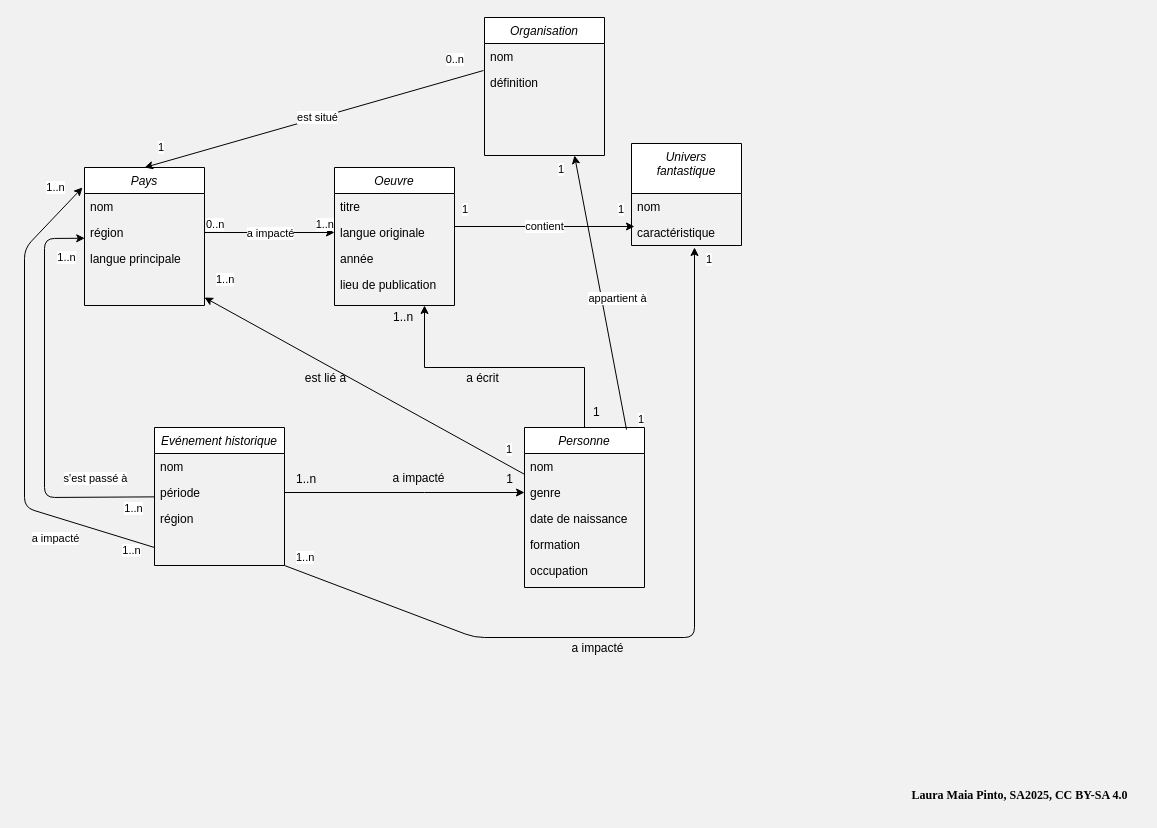
lauramaiapinto/ecrivains_fantastiques keeps this draw.io diagram as MCD_to_database_example.drawio. Above is the earlier version. Source tidied: cells renumbered, new cells numbered last; positions are measured from the earlier drawing's top-left corner, leaving out a move shared by most shapes. Both pictures are drawn from the tidied source at 100%, with x=0, y=0 at pixel (24, 17).
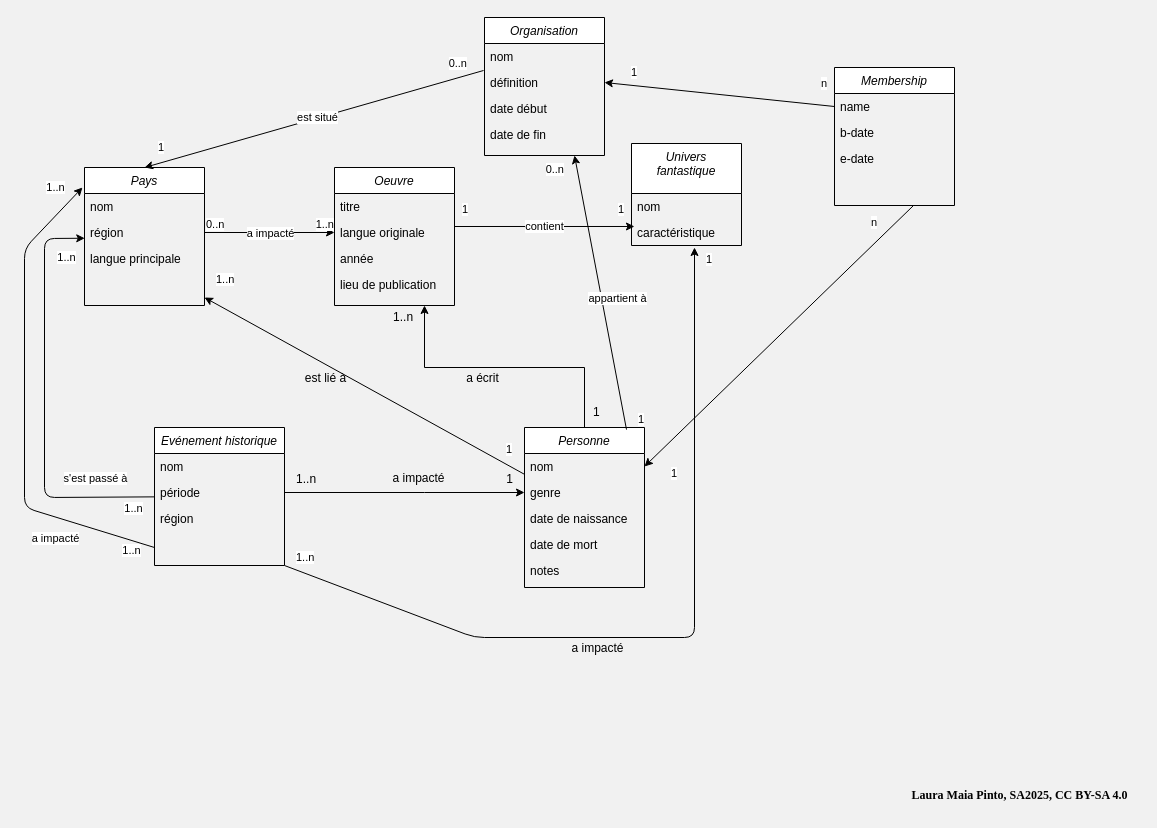
The same diagram, later.

The change refers to these unchanged cells:
```xml
<mxCell id="7" value="Personne" style="swimlane;fontStyle=2;align=center;verticalAlign=top;horizontal=1;startSize=26;rounded=0;shadow=0;strokeWidth=1;" parent="1" vertex="1">
  <mxGeometry x="500" y="410" width="120" height="160" as="geometry" />
</mxCell>
<mxCell id="8" value="nom" style="text;align=left;verticalAlign=top;spacingLeft=4;spacingRight=4;overflow=hidden;points=[[0,0.5],[1,0.5]];portConstraint=eastwest;" parent="7" vertex="1">
  <mxGeometry y="26" width="120" height="26" as="geometry" />
</mxCell>
<mxCell id="58" value="Organisation" style="swimlane;fontStyle=2;align=center;verticalAlign=top;horizontal=1;startSize=26;rounded=0;shadow=0;strokeWidth=1;" parent="1" vertex="1">
  <mxGeometry x="460" width="120" height="138" as="geometry" />
</mxCell>
<mxCell id="59" value="nom" style="text;align=left;verticalAlign=top;spacingLeft=4;spacingRight=4;overflow=hidden;points=[[0,0.5],[1,0.5]];portConstraint=eastwest;" parent="58" vertex="1">
  <mxGeometry y="26" width="120" height="26" as="geometry" />
</mxCell>
<mxCell id="60" value="définition" style="text;align=left;verticalAlign=top;spacingLeft=4;spacingRight=4;overflow=hidden;points=[[0,0.5],[1,0.5]];portConstraint=eastwest;rounded=0;shadow=0;html=0;" parent="58" vertex="1">
  <mxGeometry y="52" width="120" height="26" as="geometry" />
</mxCell>
```

Change to the diagram source:
```diff
@@
-    <mxCell id="11" value="formation" style="text;align=left;verticalAlign=top;spacingLeft=4;spacingRight=4;overflow=hidden;rounded=0;shadow=0;html=0;" parent="7" vertex="1">
+    <mxCell id="11" value="date de mort" style="text;align=left;verticalAlign=top;spacingLeft=4;spacingRight=4;overflow=hidden;rounded=0;shadow=0;html=0;" parent="7" vertex="1">
       <mxGeometry y="104" width="120" height="26" as="geometry" />
     </mxCell>
-    <mxCell id="12" value="occupation" style="text;align=left;verticalAlign=top;spacingLeft=4;spacingRight=4;overflow=hidden;rounded=0;shadow=0;html=0;" parent="7" vertex="1">
+    <mxCell id="12" value="notes" style="text;align=left;verticalAlign=top;spacingLeft=4;spacingRight=4;overflow=hidden;rounded=0;shadow=0;html=0;" parent="7" vertex="1">
       <mxGeometry y="130" width="120" height="26" as="geometry" />
     </mxCell>
@@
+    <mxCell id="69" style="edgeStyle=none;html=1;" parent="58" edge="1" source="59">
+      <mxGeometry relative="1" as="geometry">
+        <mxPoint y="50" as="targetPoint" />
+      </mxGeometry>
+    </mxCell>
@@
+    <mxCell id="70" value="date début" style="text;align=left;verticalAlign=top;spacingLeft=4;spacingRight=4;overflow=hidden;rounded=0;shadow=0;html=0;" parent="58" vertex="1">
+      <mxGeometry y="78" width="120" height="26" as="geometry" />
+    </mxCell>
+    <mxCell id="71" value="date de fin" style="text;align=left;verticalAlign=top;spacingLeft=4;spacingRight=4;overflow=hidden;rounded=0;shadow=0;html=0;" parent="58" vertex="1">
+      <mxGeometry y="104" width="120" height="26" as="geometry" />
+    </mxCell>
@@
-    <mxCell id="66" value="1" style="edgeLabel;html=1;align=right;verticalAlign=bottom;" parent="1" vertex="1">
+    <mxCell id="66" value="0..n" style="edgeLabel;html=1;align=right;verticalAlign=bottom;" parent="1" vertex="1">
       <mxGeometry x="540" y="160" as="geometry" />
     </mxCell>
@@
-    <mxCell id="68" value="0..n" style="edgeLabel;html=1;align=right;verticalAlign=bottom;" parent="1" vertex="1">
-      <mxGeometry x="440" y="50" as="geometry" />
+    <mxCell id="68" value="n" style="edgeLabel;html=1;align=right;verticalAlign=bottom;" parent="1" vertex="1">
+      <mxGeometry x="780" y="80" as="geometry">
+        <mxPoint x="23" y="-6" as="offset" />
+      </mxGeometry>
     </mxCell>
+    <mxCell id="72" value="Membership" style="swimlane;fontStyle=2;align=center;verticalAlign=top;horizontal=1;startSize=26;rounded=0;shadow=0;strokeWidth=1;" parent="1" vertex="1">
+      <mxGeometry x="810" y="50" width="120" height="138" as="geometry" />
+    </mxCell>
+    <mxCell id="73" value="name" style="text;align=left;verticalAlign=top;spacingLeft=4;spacingRight=4;overflow=hidden;points=[[0,0.5],[1,0.5]];portConstraint=eastwest;" parent="72" vertex="1">
+      <mxGeometry y="26" width="120" height="26" as="geometry" />
+    </mxCell>
+    <mxCell id="74" value="b-date" style="text;align=left;verticalAlign=top;spacingLeft=4;spacingRight=4;overflow=hidden;rounded=0;shadow=0;html=0;" parent="72" vertex="1">
+      <mxGeometry y="52" width="120" height="26" as="geometry" />
+    </mxCell>
+    <mxCell id="75" value="e-date" style="text;align=left;verticalAlign=top;spacingLeft=4;spacingRight=4;overflow=hidden;rounded=0;shadow=0;html=0;" parent="72" vertex="1">
+      <mxGeometry y="78" width="120" height="26" as="geometry" />
+    </mxCell>
+    <mxCell id="76" style="edgeStyle=none;jettySize=auto;html=1;exitX=-0.008;exitY=1.038;exitDx=0;exitDy=0;exitPerimeter=0;entryX=1;entryY=0.5;entryDx=0;entryDy=0;" parent="1" edge="1" target="8">
+      <mxGeometry relative="1" as="geometry">
+        <mxPoint x="889" y="188" as="sourcePoint" />
+      </mxGeometry>
+    </mxCell>
+    <mxCell id="77" style="edgeStyle=none;jettySize=auto;html=1;exitX=0;exitY=0.5;exitDx=0;exitDy=0;entryX=1;entryY=0.5;entryDx=0;entryDy=0;" parent="1" edge="1" source="73" target="60">
+      <mxGeometry relative="1" as="geometry" />
+    </mxCell>
+    <mxCell id="78" value="1" style="edgeLabel;html=1;align=right;verticalAlign=bottom;" parent="1" vertex="1">
+      <mxGeometry x="590" y="69" as="geometry">
+        <mxPoint x="23" y="-6" as="offset" />
+      </mxGeometry>
+    </mxCell>
+    <mxCell id="79" value="1" style="edgeLabel;html=1;align=right;verticalAlign=bottom;rotation=0;" parent="1" vertex="1">
+      <mxGeometry x="630" y="470" as="geometry">
+        <mxPoint x="23" y="-6" as="offset" />
+      </mxGeometry>
+    </mxCell>
+    <mxCell id="80" value="n" style="edgeLabel;html=1;align=right;verticalAlign=bottom;" parent="1" vertex="1">
+      <mxGeometry x="830" y="219" as="geometry">
+        <mxPoint x="23" y="-6" as="offset" />
+      </mxGeometry>
+    </mxCell>
+    <mxCell id="81" value="0..n" style="edgeLabel;html=1;align=right;verticalAlign=bottom;rotation=0;" parent="1" vertex="1">
+      <mxGeometry x="420" y="60" as="geometry">
+        <mxPoint x="23" y="-6" as="offset" />
+      </mxGeometry>
+    </mxCell>
```
